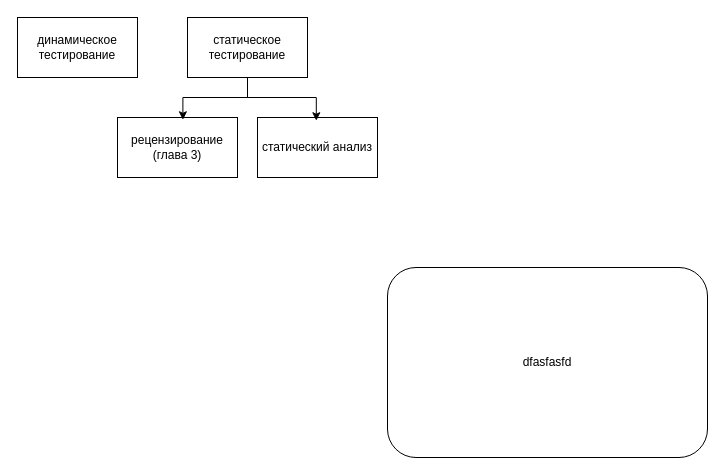
Before: ISTQB.drawio in K-Alex-N/draw_io, a draw.io diagram. Source tidied: cells renumbered, new cells numbered last; positions are measured from the earlier drawing's top-left corner, leaving out a move shared by most shapes. Both pictures are drawn from the tidied source at 100%, with x=0, y=0 at pixel (17, 17).
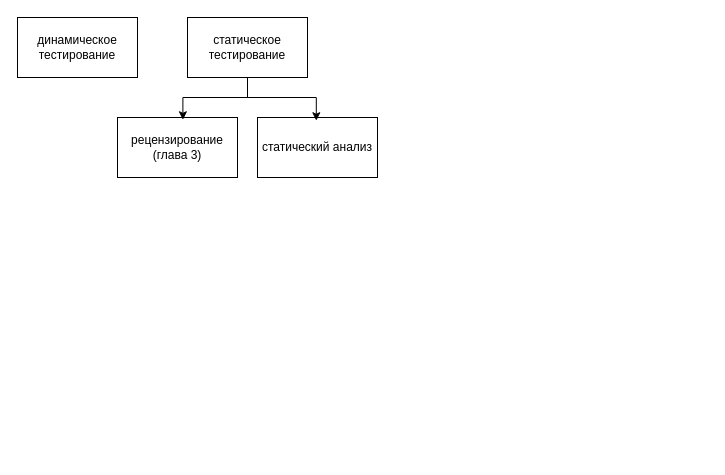
The same page after the edit.

Change to the diagram source:
```diff
@@
 <mxGraphModel>
   <root>
     <mxCell id="0" />
     <mxCell id="1" parent="0" />
-    <mxCell id="2" value="dfasfasfd" style="rounded=1;whiteSpace=wrap;html=1;" parent="1" vertex="1">
-      <mxGeometry x="370" y="250" width="320" height="190" as="geometry" />
-    </mxCell>
     <mxCell id="3" value="статическое тестирование" style="rounded=0;whiteSpace=wrap;html=1;" parent="1" vertex="1">
       <mxGeometry x="170" width="120" height="60" as="geometry" />
     </mxCell>
     <mxCell id="4" value="динамическое тестирование" style="rounded=0;whiteSpace=wrap;html=1;" parent="1" vertex="1">
       <mxGeometry width="120" height="60" as="geometry" />
     </mxCell>
     <mxCell id="5" value="рецензирование (глава 3)" style="rounded=0;whiteSpace=wrap;html=1;" parent="1" vertex="1">
       <mxGeometry x="100" y="100" width="120" height="60" as="geometry" />
     </mxCell>
     <mxCell id="6" value="статический анализ" style="rounded=0;whiteSpace=wrap;html=1;" parent="1" vertex="1">
       <mxGeometry x="240" y="100" width="120" height="60" as="geometry" />
     </mxCell>
     <mxCell id="7" style="edgeStyle=orthogonalEdgeStyle;rounded=0;jettySize=auto;html=1;entryX=0.545;entryY=0.038;entryDx=0;entryDy=0;entryPerimeter=0;" parent="1" edge="1" source="3" target="5">
       <mxGeometry relative="1" as="geometry" />
     </mxCell>
     <mxCell id="8" style="edgeStyle=orthogonalEdgeStyle;rounded=0;jettySize=auto;html=1;entryX=0.49;entryY=0.054;entryDx=0;entryDy=0;entryPerimeter=0;" parent="1" edge="1" source="3" target="6">
       <mxGeometry relative="1" as="geometry" />
     </mxCell>
   </root>
 </mxGraphModel>
```
